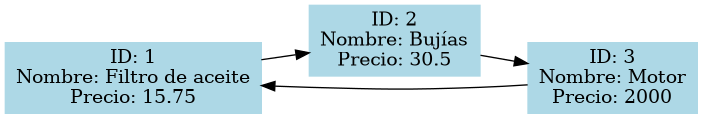
Before: reporte_repuestos.png, a diagram exported from Graphviz (bryanthr6/-EDD-1S2025_201701010). Its source is kept beside it as reporte_repuestos.dot. Its diagram source:
```dot
digraph G {
    rankdir=LR;
    node [shape=box, style=filled, color=lightblue];
    repuesto0 [label="ID: 1\nNombre: Filtro de aceite\nPrecio: 15.75"];
    repuesto1 [label="ID: 2\nNombre: Bujías\nPrecio: 30.5"];
    repuesto2 [label="ID: 3\nNombre: Motor\nPrecio: 2000"];
    repuesto0 -> repuesto1;
    repuesto1 -> repuesto2;
    repuesto2 -> repuesto0;
}
```
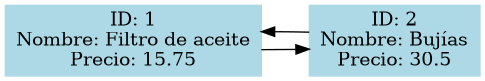
After the change.

The edit, as a diff of the source:
```diff
@@ -3,8 +3,6 @@
     node [shape=box, style=filled, color=lightblue];
     repuesto0 [label="ID: 1\nNombre: Filtro de aceite\nPrecio: 15.75"];
     repuesto1 [label="ID: 2\nNombre: Bujías\nPrecio: 30.5"];
-    repuesto2 [label="ID: 3\nNombre: Motor\nPrecio: 2000"];
     repuesto0 -> repuesto1;
-    repuesto1 -> repuesto2;
-    repuesto2 -> repuesto0;
+    repuesto1 -> repuesto0;
 }
```
